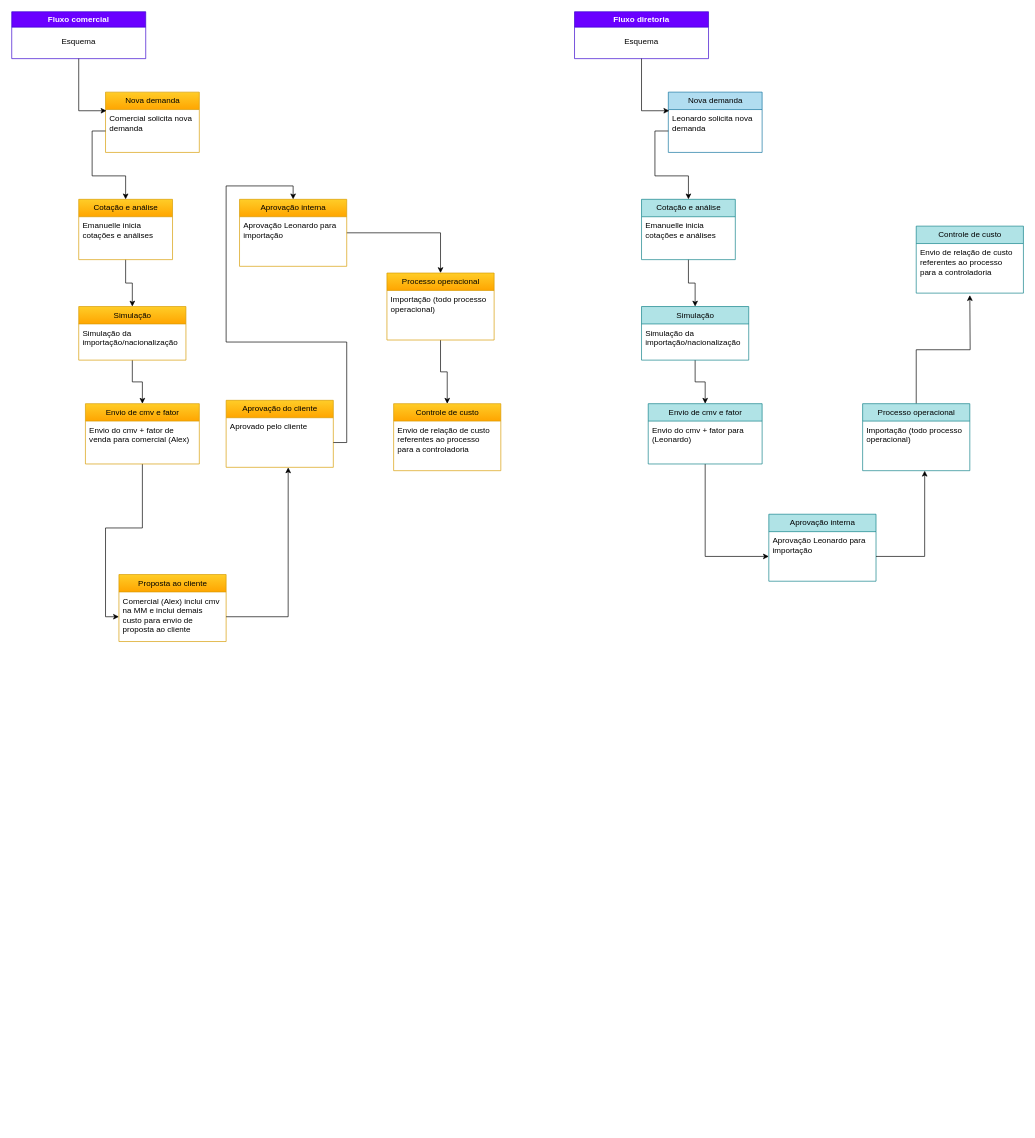
L-Vasconcelos/drawio keeps this draw.io diagram as fluxo_importação.drawio. Above is the earlier version. Source tidied: cells renumbered, new cells numbered last; positions are measured from the earlier drawing's top-left corner, leaving out a move shared by most shapes. Both pictures are drawn from the tidied source at 67%, with x=0, y=0 at pixel (11, 11).
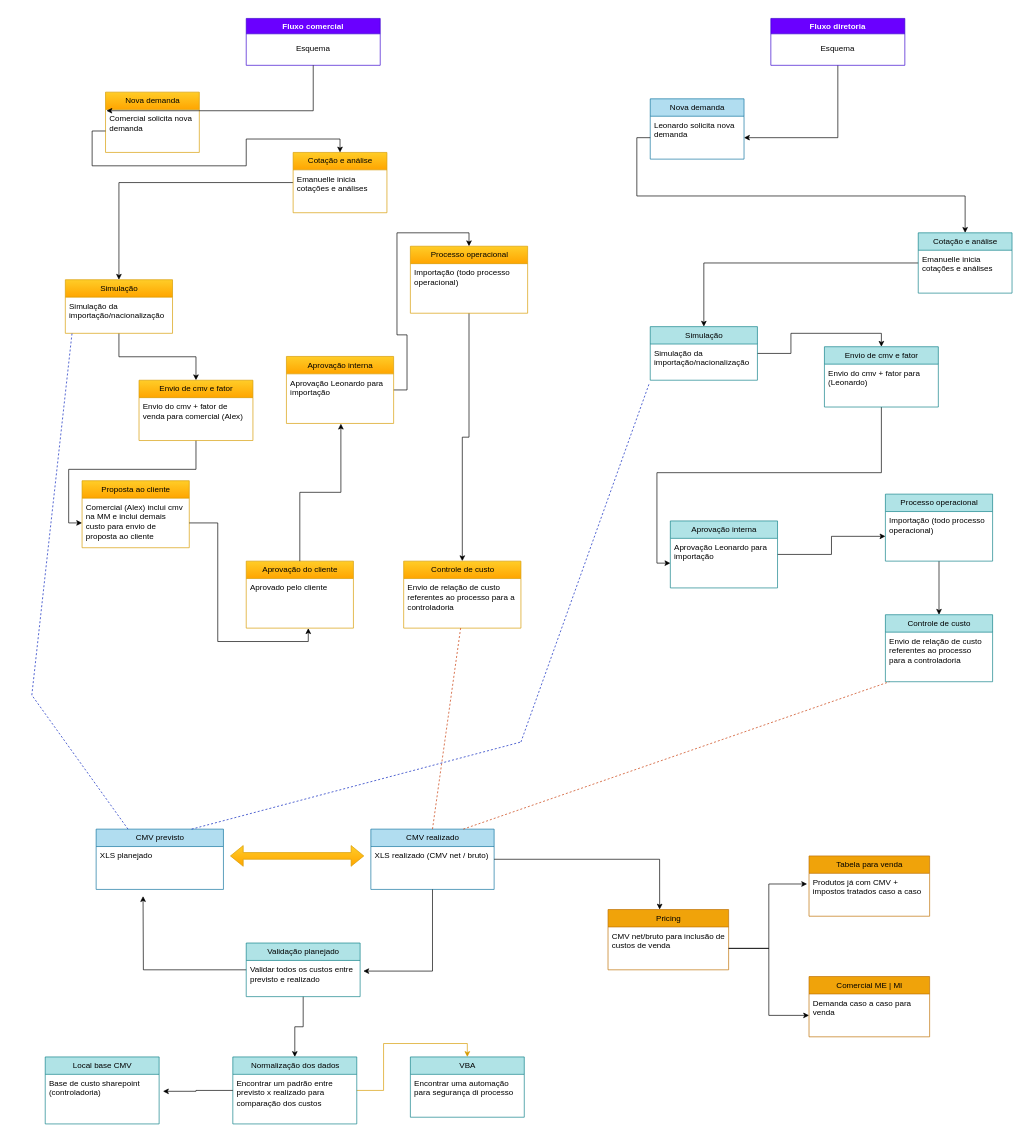
The same diagram, later.

Unchanged cells that the change refers to:
```xml
<mxCell id="17" value="Aprovado pelo cliente" style="text;strokeColor=none;fillColor=none;align=left;verticalAlign=top;spacingLeft=4;spacingRight=4;overflow=hidden;points=[[0,0.5],[1,0.5]];portConstraint=eastwest;whiteSpace=wrap;html=1;" parent="16" vertex="1">
  <mxGeometry y="26" width="160" height="74" as="geometry" />
</mxCell>
<mxCell id="20" value="Aprovação Leonardo para importação" style="text;strokeColor=none;fillColor=none;align=left;verticalAlign=top;spacingLeft=4;spacingRight=4;overflow=hidden;points=[[0,0.5],[1,0.5]];portConstraint=eastwest;whiteSpace=wrap;html=1;" parent="19" vertex="1">
  <mxGeometry y="26" width="160" height="74" as="geometry" />
</mxCell>
<mxCell id="32" value="Leonardo solicita nova demanda" style="text;strokeColor=none;fillColor=none;align=left;verticalAlign=top;spacingLeft=4;spacingRight=4;overflow=hidden;points=[[0,0.5],[1,0.5]];portConstraint=eastwest;whiteSpace=wrap;html=1;" parent="31" vertex="1">
  <mxGeometry y="26" width="140" height="64" as="geometry" />
</mxCell>
<mxCell id="39" value="Simulação da importação/nacionalização" style="text;strokeColor=none;fillColor=none;align=left;verticalAlign=top;spacingLeft=4;spacingRight=4;overflow=hidden;points=[[0,0.5],[1,0.5]];portConstraint=eastwest;whiteSpace=wrap;html=1;" parent="38" vertex="1">
  <mxGeometry y="26" width="160" height="54" as="geometry" />
</mxCell>
<mxCell id="44" value="Aprovação Leonardo para importação" style="text;strokeColor=none;fillColor=none;align=left;verticalAlign=top;spacingLeft=4;spacingRight=4;overflow=hidden;points=[[0,0.5],[1,0.5]];portConstraint=eastwest;whiteSpace=wrap;html=1;" parent="43" vertex="1">
  <mxGeometry y="26" width="160" height="74" as="geometry" />
</mxCell>
<mxCell id="47" value="Importação (todo processo operacional)" style="text;strokeColor=none;fillColor=none;align=left;verticalAlign=top;spacingLeft=4;spacingRight=4;overflow=hidden;points=[[0,0.5],[1,0.5]];portConstraint=eastwest;whiteSpace=wrap;html=1;" parent="46" vertex="1">
  <mxGeometry y="26" width="160" height="74" as="geometry" />
</mxCell>
```

Diff of the diagram source:
```diff
@@
     <mxCell id="5" value="Cotação e análise" style="swimlane;fontStyle=0;horizontal=1;startSize=26;fillColor=#ffcd28;html=1;gradientColor=#ffa500;strokeColor=#d79b00;" parent="1" vertex="1">
-      <mxGeometry x="100" y="280" width="140" height="90" as="geometry" />
+      <mxGeometry x="420" y="210" width="140" height="90" as="geometry" />
     </mxCell>
@@
     <mxCell id="9" value="Simulação" style="swimlane;fontStyle=0;horizontal=1;startSize=26;fillColor=#ffcd28;html=1;gradientColor=#ffa500;strokeColor=#d79b00;" parent="1" vertex="1">
-      <mxGeometry x="100" y="440" width="160" height="80" as="geometry" />
+      <mxGeometry x="80" y="400" width="160" height="80" as="geometry" />
     </mxCell>
@@
     <mxCell id="12" value="Envio de cmv e fator" style="swimlane;fontStyle=0;horizontal=1;startSize=26;fillColor=#ffcd28;html=1;gradientColor=#ffa500;strokeColor=#d79b00;" parent="1" vertex="1">
-      <mxGeometry x="110" y="585" width="170" height="90" as="geometry" />
+      <mxGeometry x="190" y="550" width="170" height="90" as="geometry" />
     </mxCell>
@@
     <mxCell id="14" value="Proposta ao cliente" style="swimlane;fontStyle=0;horizontal=1;startSize=26;fillColor=#ffcd28;html=1;gradientColor=#ffa500;strokeColor=#d79b00;" parent="1" vertex="1">
-      <mxGeometry x="160" y="840" width="160" height="100" as="geometry" />
+      <mxGeometry x="105" y="700" width="160" height="100" as="geometry" />
     </mxCell>
@@
     <mxCell id="16" value="Aprovação do cliente" style="swimlane;fontStyle=0;horizontal=1;startSize=26;fillColor=#ffcd28;html=1;gradientColor=#ffa500;strokeColor=#d79b00;" parent="1" vertex="1">
-      <mxGeometry x="320" y="580" width="160" height="100" as="geometry" />
+      <mxGeometry x="350" y="820" width="160" height="100" as="geometry" />
     </mxCell>
@@
     <mxCell id="19" value="Aprovação interna" style="swimlane;fontStyle=0;horizontal=1;startSize=26;fillColor=#ffcd28;html=1;gradientColor=#ffa500;strokeColor=#d79b00;" parent="1" vertex="1">
-      <mxGeometry x="340" y="280" width="160" height="100" as="geometry" />
+      <mxGeometry x="410" y="514.5" width="160" height="100" as="geometry" />
     </mxCell>
@@
-    <mxCell id="21" style="edgeStyle=orthogonalEdgeStyle;rounded=0;jettySize=auto;html=1;entryX=0.5;entryY=0;entryDx=0;entryDy=0;" parent="1" edge="1" source="17" target="19">
-      <mxGeometry relative="1" as="geometry" />
-    </mxCell>
@@
     <mxCell id="23" value="Processo operacional" style="swimlane;fontStyle=0;horizontal=1;startSize=26;fillColor=#ffcd28;html=1;gradientColor=#ffa500;strokeColor=#d79b00;" parent="1" vertex="1">
-      <mxGeometry x="560" y="390" width="160" height="100" as="geometry" />
+      <mxGeometry x="595" y="350" width="175" height="100" as="geometry" />
     </mxCell>
     <mxCell id="24" value="Importação (todo processo operacional)" style="text;strokeColor=none;fillColor=none;align=left;verticalAlign=top;spacingLeft=4;spacingRight=4;overflow=hidden;whiteSpace=wrap;html=1;" parent="23" vertex="1">
-      <mxGeometry y="26" width="160" height="74" as="geometry" />
+      <mxGeometry y="26" width="175" height="74" as="geometry" />
     </mxCell>
     <mxCell id="25" value="Controle de custo" style="swimlane;fontStyle=0;horizontal=1;startSize=26;fillColor=#ffcd28;html=1;gradientColor=#ffa500;strokeColor=#d79b00;" parent="1" vertex="1">
-      <mxGeometry x="570" y="585" width="160" height="100" as="geometry" />
+      <mxGeometry x="585" y="820" width="175" height="100" as="geometry" />
     </mxCell>
     <mxCell id="26" value="Envio de relação de custo referentes ao processo para a controladoria" style="text;strokeColor=none;fillColor=none;align=left;verticalAlign=top;spacingLeft=4;spacingRight=4;overflow=hidden;whiteSpace=wrap;html=1;" parent="25" vertex="1">
-      <mxGeometry y="26" width="160" height="74" as="geometry" />
+      <mxGeometry y="26" width="175" height="74" as="geometry" />
     </mxCell>
     <mxCell id="27" value="Fluxo comercial" style="swimlane;fillColor=#6a00ff;fontColor=#ffffff;strokeColor=#3700CC;" parent="1" vertex="1">
-      <mxGeometry width="200" height="70" as="geometry" />
+      <mxGeometry x="350" y="10" width="200" height="70" as="geometry" />
     </mxCell>
-    <mxCell id="28" value="Esquema" style="text;html=1;whiteSpace=wrap;strokeColor=none;fillColor=none;align=center;verticalAlign=middle;rounded=0;" parent="1" vertex="1">
+    <mxCell id="28" value="Esquema" style="text;html=1;whiteSpace=wrap;strokeColor=none;fillColor=none;align=center;verticalAlign=middle;rounded=0;" parent="27" vertex="1">
       <mxGeometry x="70" y="30" width="60" height="30" as="geometry" />
     </mxCell>
@@
     <mxCell id="31" value="Nova demanda" style="swimlane;fontStyle=0;horizontal=1;startSize=26;fillColor=#b1ddf0;html=1;strokeColor=#10739e;" parent="1" vertex="1">
-      <mxGeometry x="980" y="120" width="140" height="90" as="geometry" />
+      <mxGeometry x="953" y="130" width="140" height="90" as="geometry" />
     </mxCell>
@@
     <mxCell id="34" value="Cotação e análise" style="swimlane;fontStyle=0;horizontal=1;startSize=26;fillColor=#b0e3e6;html=1;strokeColor=#0e8088;" parent="1" vertex="1">
-      <mxGeometry x="940" y="280" width="140" height="90" as="geometry" />
+      <mxGeometry x="1353" y="330" width="140" height="90" as="geometry" />
     </mxCell>
@@
     <mxCell id="38" value="Simulação" style="swimlane;fontStyle=0;horizontal=1;startSize=26;fillColor=#b0e3e6;html=1;strokeColor=#0e8088;" parent="1" vertex="1">
-      <mxGeometry x="940" y="440" width="160" height="80" as="geometry" />
+      <mxGeometry x="953" y="470" width="160" height="80" as="geometry" />
     </mxCell>
@@
     <mxCell id="41" value="Envio de cmv e fator" style="swimlane;fontStyle=0;horizontal=1;startSize=26;fillColor=#b0e3e6;html=1;strokeColor=#0e8088;" parent="1" vertex="1">
-      <mxGeometry x="950" y="585" width="170" height="90" as="geometry" />
+      <mxGeometry x="1213" y="500" width="170" height="90" as="geometry" />
     </mxCell>
@@
+    <mxCell id="54" style="edgeStyle=orthogonalEdgeStyle;rounded=0;jettySize=auto;html=1;entryX=0;entryY=0.5;entryDx=0;entryDy=0;" parent="1" edge="1" source="43" target="47">
+      <mxGeometry relative="1" as="geometry" />
+    </mxCell>
     <mxCell id="43" value="Aprovação interna" style="swimlane;fontStyle=0;horizontal=1;startSize=26;fillColor=#b0e3e6;html=1;strokeColor=#0e8088;" parent="1" vertex="1">
-      <mxGeometry x="1130" y="750" width="160" height="100" as="geometry" />
+      <mxGeometry x="983" y="760" width="160" height="100" as="geometry" />
     </mxCell>
@@
-    <mxCell id="45" style="edgeStyle=orthogonalEdgeStyle;rounded=0;jettySize=auto;html=1;" parent="1" edge="1" source="46">
-      <mxGeometry relative="1" as="geometry">
-        <mxPoint x="1430" y="423" as="targetPoint" />
-      </mxGeometry>
-    </mxCell>
+    <mxCell id="55" style="edgeStyle=orthogonalEdgeStyle;rounded=0;jettySize=auto;html=1;entryX=0.5;entryY=0;entryDx=0;entryDy=0;" parent="1" edge="1" source="46" target="52">
+      <mxGeometry relative="1" as="geometry" />
+    </mxCell>
     <mxCell id="46" value="Processo operacional" style="swimlane;fontStyle=0;horizontal=1;startSize=26;fillColor=#b0e3e6;html=1;strokeColor=#0e8088;" parent="1" vertex="1">
-      <mxGeometry x="1270" y="585" width="160" height="100" as="geometry" />
+      <mxGeometry x="1304" y="720" width="160" height="100" as="geometry" />
     </mxCell>
@@
+    <mxCell id="50" style="edgeStyle=orthogonalEdgeStyle;rounded=0;jettySize=auto;html=1;entryX=1;entryY=0.5;entryDx=0;entryDy=0;" parent="1" edge="1" source="48" target="32">
+      <mxGeometry relative="1" as="geometry" />
+    </mxCell>
     <mxCell id="48" value="Fluxo diretoria" style="swimlane;fillColor=#6a00ff;fontColor=#ffffff;strokeColor=#3700CC;" parent="1" vertex="1">
-      <mxGeometry x="840" width="200" height="70" as="geometry" />
+      <mxGeometry x="1133" y="10" width="200" height="70" as="geometry" />
     </mxCell>
-    <mxCell id="49" value="Esquema" style="text;html=1;whiteSpace=wrap;strokeColor=none;fillColor=none;align=center;verticalAlign=middle;rounded=0;" parent="1" vertex="1">
-      <mxGeometry x="910" y="30" width="60" height="30" as="geometry" />
+    <mxCell id="49" value="Esquema" style="text;html=1;whiteSpace=wrap;strokeColor=none;fillColor=none;align=center;verticalAlign=middle;rounded=0;" parent="48" vertex="1">
+      <mxGeometry x="70" y="30" width="60" height="30" as="geometry" />
     </mxCell>
-    <mxCell id="50" style="edgeStyle=orthogonalEdgeStyle;rounded=0;jettySize=auto;html=1;entryX=0.01;entryY=0.028;entryDx=0;entryDy=0;entryPerimeter=0;" parent="1" edge="1" source="48" target="32">
-      <mxGeometry relative="1" as="geometry" />
-    </mxCell>
-    <mxCell id="51" style="edgeStyle=orthogonalEdgeStyle;rounded=0;jettySize=auto;html=1;entryX=0.579;entryY=1.002;entryDx=0;entryDy=0;entryPerimeter=0;" parent="1" edge="1" source="44" target="47">
-      <mxGeometry relative="1" as="geometry" />
-    </mxCell>
     <mxCell id="52" value="Controle de custo" style="swimlane;fontStyle=0;horizontal=1;startSize=26;fillColor=#b0e3e6;html=1;strokeColor=#0e8088;" parent="1" vertex="1">
-      <mxGeometry x="1350" y="320" width="160" height="100" as="geometry" />
+      <mxGeometry x="1304" y="900" width="160" height="100" as="geometry" />
     </mxCell>
@@
+    <mxCell id="56" value="CMV previsto" style="swimlane;fontStyle=0;horizontal=1;startSize=26;fillColor=#b1ddf0;html=1;strokeColor=#10739e;" parent="1" vertex="1">
+      <mxGeometry x="126" y="1220" width="190" height="90" as="geometry" />
+    </mxCell>
+    <mxCell id="57" value="XLS planejado" style="text;strokeColor=none;fillColor=none;align=left;verticalAlign=top;spacingLeft=4;spacingRight=4;overflow=hidden;whiteSpace=wrap;html=1;" parent="56" vertex="1">
+      <mxGeometry y="26" width="190" height="64" as="geometry" />
+    </mxCell>
+    <mxCell id="58" value="Pricing" style="swimlane;fontStyle=0;horizontal=1;startSize=26;fillColor=#f0a30a;html=1;strokeColor=#BD7000;fontColor=#000000;" parent="1" vertex="1">
+      <mxGeometry x="890" y="1340" width="180" height="90" as="geometry" />
+    </mxCell>
+    <mxCell id="59" value="CMV net/bruto para inclusão de custos de venda" style="text;strokeColor=none;fillColor=none;align=left;verticalAlign=top;spacingLeft=4;spacingRight=4;overflow=hidden;points=[[0,0.5],[1,0.5]];portConstraint=eastwest;whiteSpace=wrap;html=1;" parent="58" vertex="1">
+      <mxGeometry y="26" width="180" height="64" as="geometry" />
+    </mxCell>
+    <mxCell id="60" style="edgeStyle=orthogonalEdgeStyle;rounded=0;jettySize=auto;html=1;" parent="1" edge="1" source="62">
+      <mxGeometry relative="1" as="geometry">
+        <mxPoint x="196" y="1320" as="targetPoint" />
+      </mxGeometry>
+    </mxCell>
+    <mxCell id="61" style="edgeStyle=orthogonalEdgeStyle;rounded=0;jettySize=auto;html=1;entryX=0.5;entryY=0;entryDx=0;entryDy=0;" parent="1" edge="1" source="62" target="67">
+      <mxGeometry relative="1" as="geometry" />
+    </mxCell>
+    <mxCell id="62" value="Validação planejado" style="swimlane;fontStyle=0;horizontal=1;startSize=26;fillColor=#b0e3e6;html=1;strokeColor=#0e8088;" parent="1" vertex="1">
+      <mxGeometry x="350" y="1390" width="170" height="80" as="geometry" />
+    </mxCell>
+    <mxCell id="63" value="Validar todos os custos entre previsto e realizado" style="text;strokeColor=none;fillColor=none;align=left;verticalAlign=top;spacingLeft=4;spacingRight=4;overflow=hidden;points=[[0,0.5],[1,0.5]];portConstraint=eastwest;whiteSpace=wrap;html=1;" parent="62" vertex="1">
+      <mxGeometry y="26" width="170" height="54" as="geometry" />
+    </mxCell>
+    <mxCell id="64" value="Local base CMV" style="swimlane;fontStyle=0;horizontal=1;startSize=26;fillColor=#b0e3e6;html=1;strokeColor=#0e8088;" parent="1" vertex="1">
+      <mxGeometry x="50" y="1560" width="170" height="100" as="geometry" />
+    </mxCell>
+    <mxCell id="65" value="Base de custo sharepoint (controladoria)" style="text;strokeColor=none;fillColor=none;align=left;verticalAlign=top;spacingLeft=4;spacingRight=4;overflow=hidden;points=[[0,0.5],[1,0.5]];portConstraint=eastwest;whiteSpace=wrap;html=1;" parent="64" vertex="1">
+      <mxGeometry y="26" width="170" height="74" as="geometry" />
+    </mxCell>
+    <mxCell id="66" style="edgeStyle=orthogonalEdgeStyle;rounded=0;jettySize=auto;html=1;entryX=0.5;entryY=0;entryDx=0;entryDy=0;fillColor=#ffcd28;gradientColor=#ffa500;strokeColor=#d79b00;" parent="1" edge="1" source="67" target="74">
+      <mxGeometry relative="1" as="geometry" />
+    </mxCell>
+    <mxCell id="67" value="Normalização dos dados" style="swimlane;fontStyle=0;horizontal=1;startSize=26;fillColor=#b0e3e6;html=1;strokeColor=#0e8088;" parent="1" vertex="1">
+      <mxGeometry x="330" y="1560" width="185" height="100" as="geometry" />
+    </mxCell>
+    <mxCell id="68" value="Encontrar um padrão entre previsto x realizado para comparação dos custos" style="text;strokeColor=none;fillColor=none;align=left;verticalAlign=top;spacingLeft=4;spacingRight=4;overflow=hidden;whiteSpace=wrap;html=1;" parent="67" vertex="1">
+      <mxGeometry y="26" width="185" height="74" as="geometry" />
+    </mxCell>
+    <mxCell id="69" value="CMV realizado" style="swimlane;fontStyle=0;horizontal=1;startSize=26;fillColor=#b1ddf0;html=1;strokeColor=#10739e;" parent="1" vertex="1">
+      <mxGeometry x="536" y="1220" width="184" height="90" as="geometry" />
+    </mxCell>
+    <mxCell id="70" value="XLS realizado (CMV net / bruto)" style="text;strokeColor=none;fillColor=none;align=left;verticalAlign=top;spacingLeft=4;spacingRight=4;overflow=hidden;whiteSpace=wrap;html=1;" parent="69" vertex="1">
+      <mxGeometry y="26" width="184" height="64" as="geometry" />
+    </mxCell>
+    <mxCell id="71" style="edgeStyle=orthogonalEdgeStyle;rounded=0;jettySize=auto;html=1;entryX=0.508;entryY=1.005;entryDx=0;entryDy=0;entryPerimeter=0;" parent="1" edge="1" source="16" target="20">
+      <mxGeometry relative="1" as="geometry" />
+    </mxCell>
+    <mxCell id="72" style="edgeStyle=orthogonalEdgeStyle;rounded=0;jettySize=auto;html=1;entryX=1.028;entryY=0.294;entryDx=0;entryDy=0;entryPerimeter=0;" parent="1" edge="1" source="69" target="63">
+      <mxGeometry relative="1" as="geometry" />
+    </mxCell>
+    <mxCell id="73" style="shape=flexArrow;endArrow=classic;startArrow=classic;html=1;rounded=0;fillColor=#ffcd28;gradientColor=#ffa500;strokeColor=#d79b00;" parent="1" edge="1">
+      <mxGeometry relative="1" as="geometry">
+        <mxPoint x="326" y="1260" as="sourcePoint" />
+        <mxPoint x="526" y="1260" as="targetPoint" />
+      </mxGeometry>
+    </mxCell>
+    <mxCell id="74" value="VBA" style="swimlane;fontStyle=0;horizontal=1;startSize=26;fillColor=#b0e3e6;html=1;strokeColor=#0e8088;" parent="1" vertex="1">
+      <mxGeometry x="595" y="1560" width="170" height="90" as="geometry" />
+    </mxCell>
+    <mxCell id="75" value="Encontrar uma automação para segurança di processo" style="text;strokeColor=none;fillColor=none;align=left;verticalAlign=top;spacingLeft=4;spacingRight=4;overflow=hidden;whiteSpace=wrap;html=1;" parent="74" vertex="1">
+      <mxGeometry y="26" width="170" height="64" as="geometry" />
+    </mxCell>
+    <mxCell id="76" style="edgeStyle=orthogonalEdgeStyle;rounded=0;jettySize=auto;html=1;entryX=1.034;entryY=0.342;entryDx=0;entryDy=0;entryPerimeter=0;" parent="1" edge="1" source="67" target="65">
+      <mxGeometry relative="1" as="geometry" />
+    </mxCell>
+    <mxCell id="77" style="edgeStyle=orthogonalEdgeStyle;rounded=0;jettySize=auto;html=1;entryX=0.428;entryY=0;entryDx=0;entryDy=0;entryPerimeter=0;" parent="1" edge="1" source="69" target="58">
+      <mxGeometry relative="1" as="geometry" />
+    </mxCell>
+    <mxCell id="78" value="Tabela para venda" style="swimlane;fontStyle=0;horizontal=1;startSize=26;fillColor=#f0a30a;html=1;strokeColor=#BD7000;fontColor=#000000;" parent="1" vertex="1">
+      <mxGeometry x="1190" y="1260" width="180" height="90" as="geometry" />
+    </mxCell>
+    <mxCell id="79" value="Produtos já com CMV + impostos tratados caso a caso" style="text;strokeColor=none;fillColor=none;align=left;verticalAlign=top;spacingLeft=4;spacingRight=4;overflow=hidden;points=[[0,0.5],[1,0.5]];portConstraint=eastwest;whiteSpace=wrap;html=1;" parent="78" vertex="1">
+      <mxGeometry y="26" width="180" height="64" as="geometry" />
+    </mxCell>
+    <mxCell id="80" value="Comercial ME | MI" style="swimlane;fontStyle=0;horizontal=1;startSize=26;fillColor=#f0a30a;html=1;strokeColor=#BD7000;fontColor=#000000;" parent="1" vertex="1">
+      <mxGeometry x="1190" y="1440" width="180" height="90" as="geometry" />
+    </mxCell>
+    <mxCell id="81" value="Demanda caso a caso para venda" style="text;strokeColor=none;fillColor=none;align=left;verticalAlign=top;spacingLeft=4;spacingRight=4;overflow=hidden;points=[[0,0.5],[1,0.5]];portConstraint=eastwest;whiteSpace=wrap;html=1;" parent="80" vertex="1">
+      <mxGeometry y="26" width="180" height="64" as="geometry" />
+    </mxCell>
+    <mxCell id="82" style="edgeStyle=orthogonalEdgeStyle;rounded=0;jettySize=auto;html=1;entryX=-0.016;entryY=0.248;entryDx=0;entryDy=0;entryPerimeter=0;" parent="1" edge="1" source="59" target="79">
+      <mxGeometry relative="1" as="geometry" />
+    </mxCell>
+    <mxCell id="83" style="edgeStyle=orthogonalEdgeStyle;rounded=0;jettySize=auto;html=1;entryX=0;entryY=0.5;entryDx=0;entryDy=0;" parent="1" edge="1" source="59" target="81">
+      <mxGeometry relative="1" as="geometry" />
+    </mxCell>
+    <mxCell id="84" style="endArrow=none;dashed=1;html=1;rounded=0;exitX=0.5;exitY=0;exitDx=0;exitDy=0;fillColor=#fa6800;strokeColor=#C73500;" parent="1" edge="1" source="69">
+      <mxGeometry relative="1" as="geometry">
+        <mxPoint x="670" y="920" as="targetPoint" />
+      </mxGeometry>
+    </mxCell>
+    <mxCell id="85" style="endArrow=none;dashed=1;html=1;rounded=0;exitX=0.75;exitY=0;exitDx=0;exitDy=0;fillColor=#fa6800;strokeColor=#C73500;" parent="1" edge="1" source="69">
+      <mxGeometry relative="1" as="geometry">
+        <mxPoint x="1310" y="1000" as="targetPoint" />
+      </mxGeometry>
+    </mxCell>
+    <mxCell id="86" style="endArrow=none;dashed=1;html=1;rounded=0;entryX=-0.009;entryY=1.087;entryDx=0;entryDy=0;entryPerimeter=0;fillColor=#0050ef;strokeColor=#001DBC;" parent="1" edge="1" target="39">
+      <mxGeometry relative="1" as="geometry">
+        <mxPoint x="760" y="1090" as="sourcePoint" />
+      </mxGeometry>
+    </mxCell>
+    <mxCell id="87" style="endArrow=none;dashed=1;html=1;rounded=0;exitX=0.75;exitY=0;exitDx=0;exitDy=0;fillColor=#0050ef;strokeColor=#001DBC;" parent="1" edge="1" source="56">
+      <mxGeometry relative="1" as="geometry">
+        <mxPoint x="760" y="1090" as="targetPoint" />
+      </mxGeometry>
+    </mxCell>
+    <mxCell id="88" style="endArrow=none;dashed=1;html=1;rounded=0;fillColor=#0050ef;strokeColor=#001DBC;" parent="1" edge="1">
+      <mxGeometry relative="1" as="geometry">
+        <mxPoint x="30" y="1020" as="sourcePoint" />
+        <mxPoint x="90" y="480" as="targetPoint" />
+      </mxGeometry>
+    </mxCell>
+    <mxCell id="89" style="endArrow=none;dashed=1;html=1;rounded=0;exitX=0.25;exitY=0;exitDx=0;exitDy=0;fillColor=#0050ef;strokeColor=#001DBC;" parent="1" edge="1" source="56">
+      <mxGeometry relative="1" as="geometry">
+        <mxPoint x="30" y="1020" as="targetPoint" />
+      </mxGeometry>
+    </mxCell>
```
